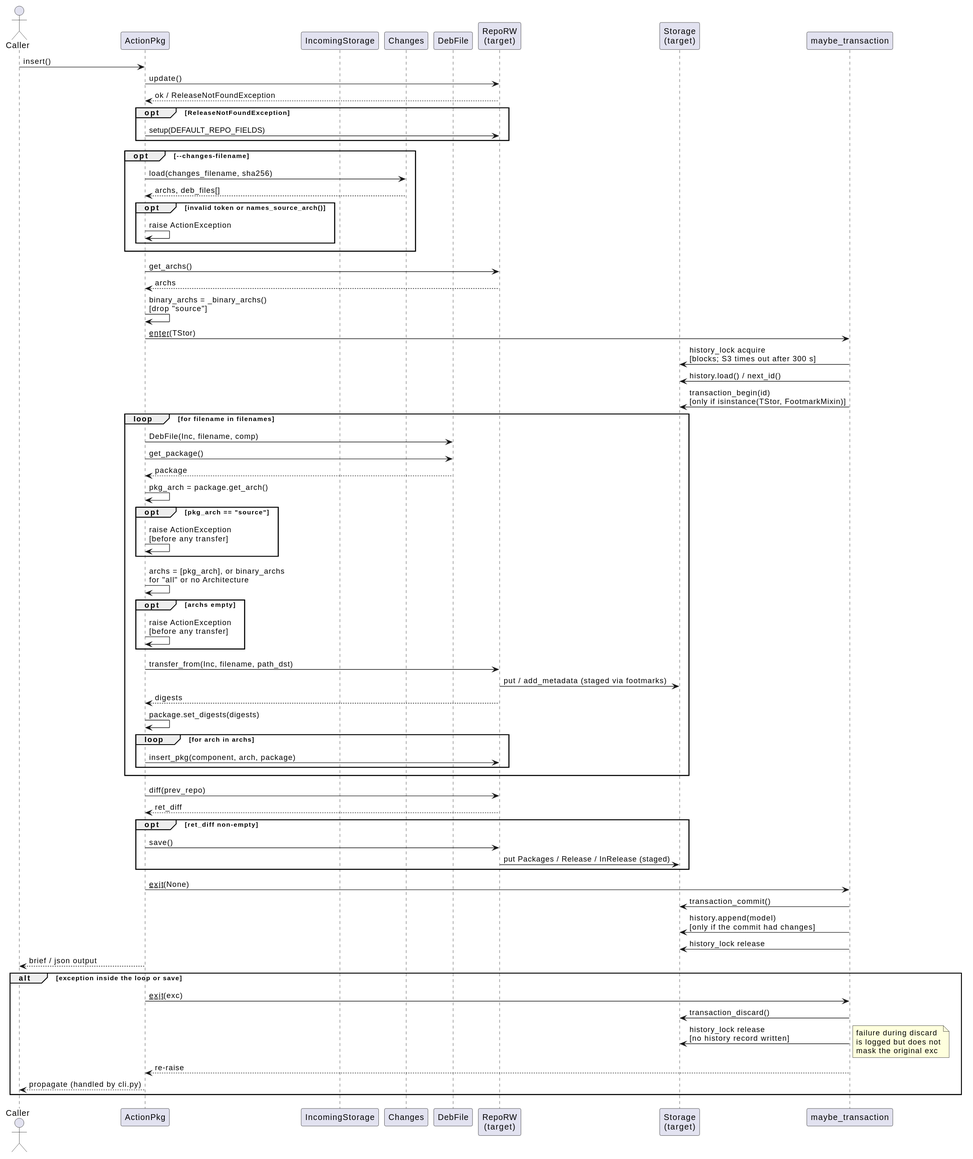
Above: docs/development/diagrams/action-pkg-insert-sequence.svg in vinklat/debkit (PlantUML), before the change. Its source is kept beside it as docs/development/diagrams/action-pkg-insert-sequence.puml.
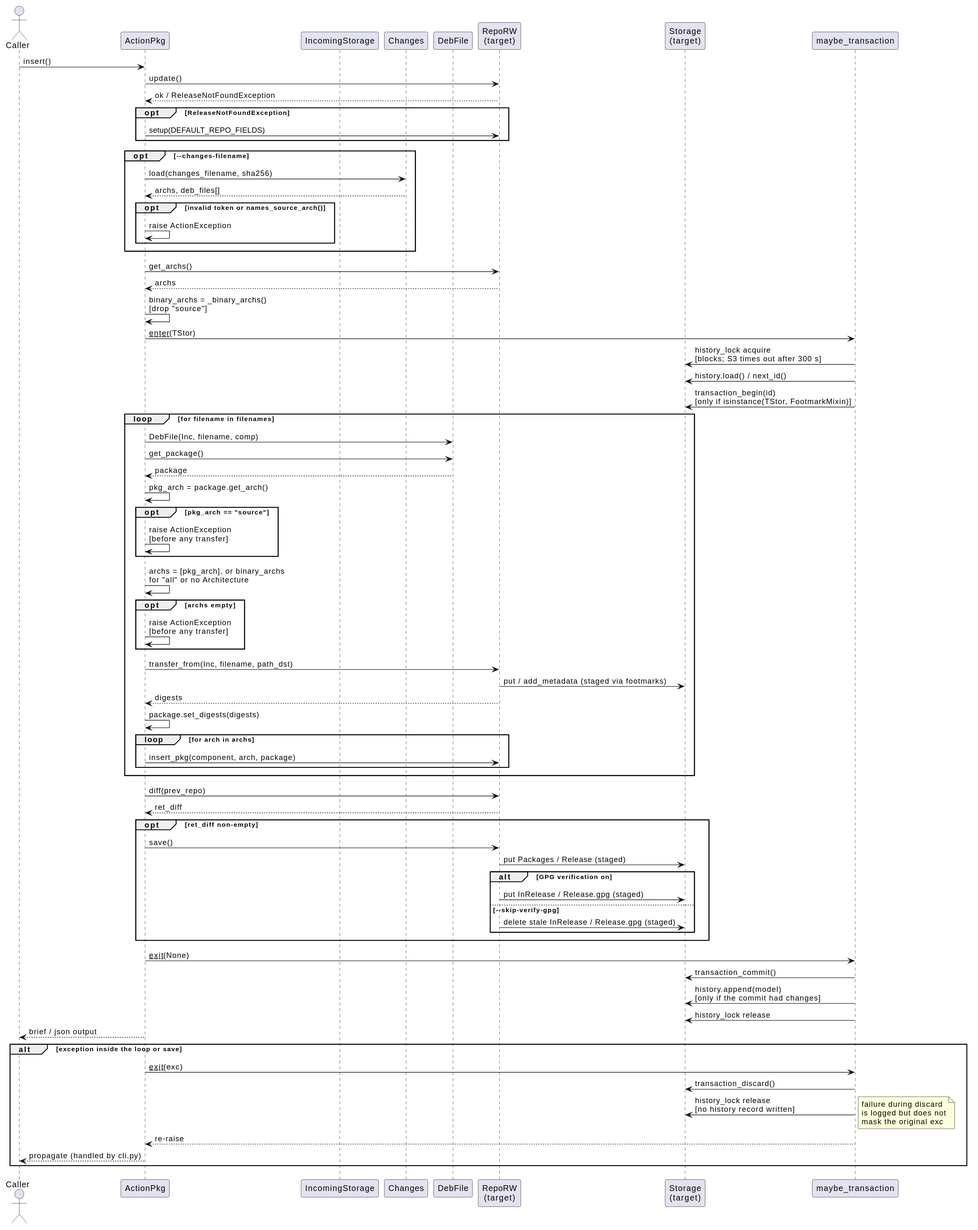
After the commit.

What changed in the source:
```diff
@@ -57,7 +57,12 @@
 Tgt --> ActionPkg: ret_diff
 opt ret_diff non-empty
   ActionPkg -> Tgt: save()
-  Tgt -> TStor: put Packages / Release / InRelease (staged)
+  Tgt -> TStor: put Packages / Release (staged)
+  alt GPG verification on
+    Tgt -> TStor: put InRelease / Release.gpg (staged)
+  else --skip-verify-gpg
+    Tgt -> TStor: delete stale InRelease / Release.gpg (staged)
+  end
 end
 
 ActionPkg -> CM: __exit__(None)
```
